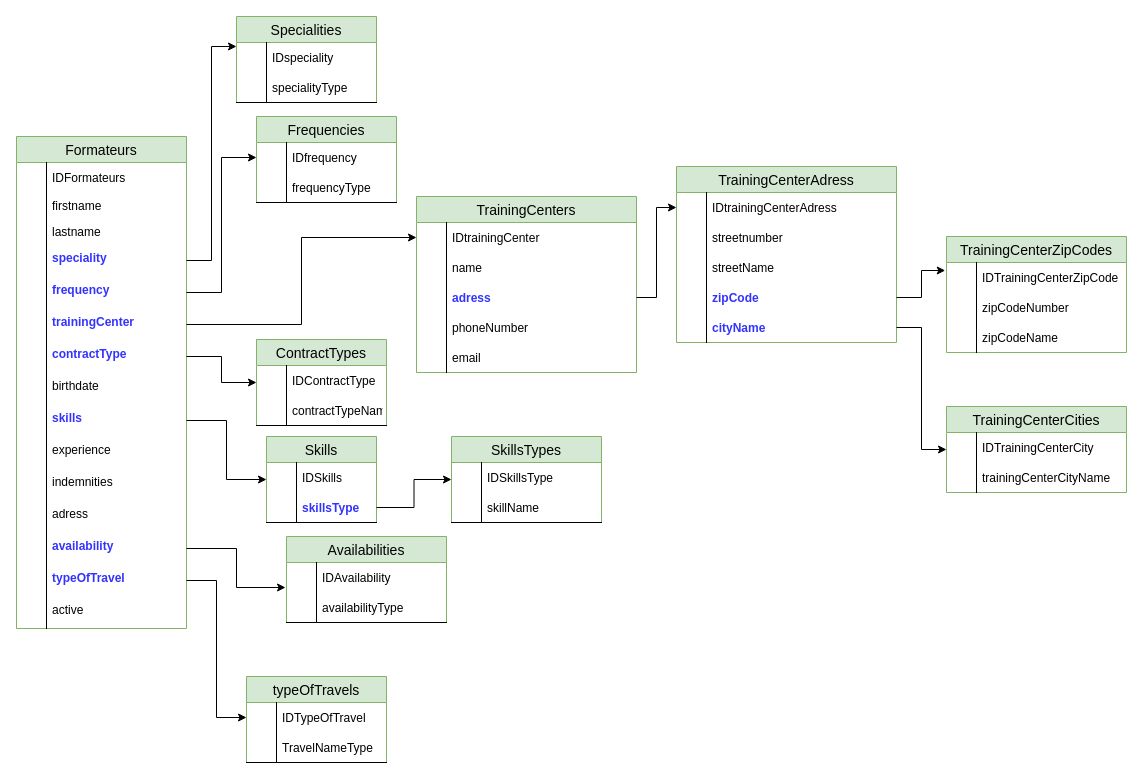
This is page "Page-1" (1 of 2) of base_de_donnees/Introduction SQL.drawio from laurentbedu/Travail, a draw.io file, before an edit. Source tidied: cells renumbered, new cells numbered last; positions are measured from the earlier drawing's top-left corner, leaving out a move shared by most shapes. Both pictures are drawn from the tidied source at 100%, with x=0, y=0 at pixel (16, 16).
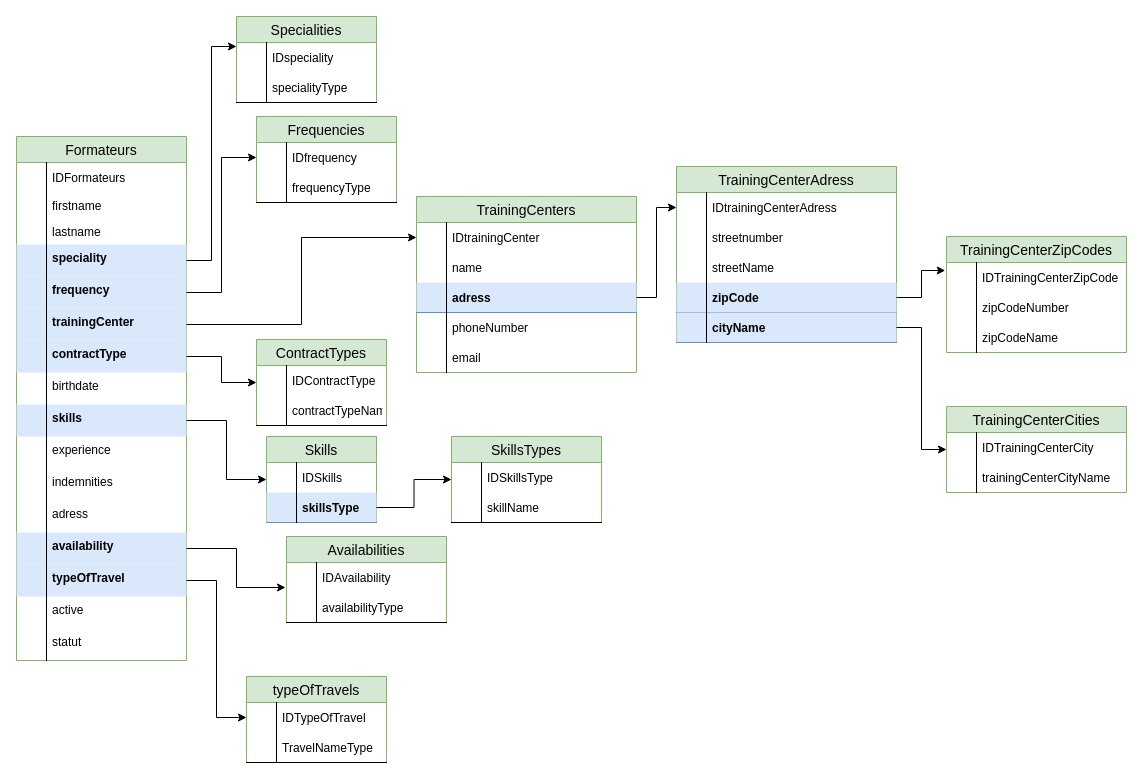
After the change.

Unchanged cells that the change refers to:
```xml
<mxCell id="33" value="TrainingCenters" style="swimlane;fontStyle=0;horizontal=1;startSize=26;fillColor=#d5e8d4;swimlaneFillColor=#ffffff;align=center;fontSize=14;strokeColor=#82b366;" parent="1" vertex="1">
  <mxGeometry x="400" y="180" width="220" height="176" as="geometry" />
</mxCell>
<mxCell id="59" value="Skills" style="swimlane;fontStyle=0;horizontal=1;startSize=26;fillColor=#d5e8d4;swimlaneFillColor=#ffffff;align=center;fontSize=14;strokeColor=#82b366;" parent="1" vertex="1">
  <mxGeometry x="250" y="420" width="110" height="86" as="geometry" />
</mxCell>
<mxCell id="79" value="TrainingCenterAdress" style="swimlane;fontStyle=0;horizontal=1;startSize=26;fillColor=#d5e8d4;swimlaneFillColor=#ffffff;align=center;fontSize=14;strokeColor=#82b366;" parent="1" vertex="1">
  <mxGeometry x="660" y="150" width="220" height="176" as="geometry" />
</mxCell>
```

Change to the diagram source:
```diff
@@
     <mxCell id="2" value="Formateurs" style="swimlane;fontStyle=0;horizontal=1;startSize=26;fillColor=#d5e8d4;swimlaneFillColor=#ffffff;align=center;fontSize=14;strokeColor=#82b366;" parent="1" vertex="1">
-      <mxGeometry y="120" width="170" height="492" as="geometry" />
+      <mxGeometry y="120" width="170" height="524" as="geometry" />
     </mxCell>
@@
-    <mxCell id="9" value="speciality" style="shape=partialRectangle;top=0;left=0;right=0;bottom=0;align=left;verticalAlign=top;fillColor=none;spacingLeft=34;spacingRight=4;overflow=hidden;points=[[0,0.5],[1,0.5]];portConstraint=eastwest;fontSize=12;fontStyle=1;fontColor=#3333FF;" parent="2" vertex="1">
+    <mxCell id="9" value="speciality" style="shape=partialRectangle;top=0;left=0;right=0;bottom=0;align=left;verticalAlign=top;fillColor=#dae8fc;spacingLeft=34;spacingRight=4;overflow=hidden;points=[[0,0.5],[1,0.5]];portConstraint=eastwest;fontSize=12;fontStyle=1;strokeColor=#6c8ebf;" parent="2" vertex="1">
       <mxGeometry y="108" width="170" height="32" as="geometry" />
     </mxCell>
@@
-    <mxCell id="11" value="frequency" style="shape=partialRectangle;top=0;left=0;right=0;bottom=0;align=left;verticalAlign=top;fillColor=none;spacingLeft=34;spacingRight=4;overflow=hidden;points=[[0,0.5],[1,0.5]];portConstraint=eastwest;fontSize=12;fontStyle=1;strokeColor=#3333FF;fontColor=#3333FF;" parent="2" vertex="1">
+    <mxCell id="11" value="frequency" style="shape=partialRectangle;top=0;left=0;right=0;bottom=0;align=left;verticalAlign=top;fillColor=#dae8fc;spacingLeft=34;spacingRight=4;overflow=hidden;points=[[0,0.5],[1,0.5]];portConstraint=eastwest;fontSize=12;fontStyle=1;strokeColor=#6c8ebf;" parent="2" vertex="1">
       <mxGeometry y="140" width="170" height="32" as="geometry" />
     </mxCell>
@@
-    <mxCell id="13" value="trainingCenter" style="shape=partialRectangle;top=0;left=0;right=0;bottom=0;align=left;verticalAlign=top;fillColor=none;spacingLeft=34;spacingRight=4;overflow=hidden;points=[[0,0.5],[1,0.5]];portConstraint=eastwest;fontSize=12;fontStyle=1;fontColor=#3333FF;" parent="2" vertex="1">
+    <mxCell id="13" value="trainingCenter" style="shape=partialRectangle;top=0;left=0;right=0;bottom=0;align=left;verticalAlign=top;fillColor=#dae8fc;spacingLeft=34;spacingRight=4;overflow=hidden;points=[[0,0.5],[1,0.5]];portConstraint=eastwest;fontSize=12;fontStyle=1;strokeColor=#6c8ebf;" parent="2" vertex="1">
       <mxGeometry y="172" width="170" height="32" as="geometry" />
     </mxCell>
@@
-    <mxCell id="15" value="contractType" style="shape=partialRectangle;top=0;left=0;right=0;bottom=0;align=left;verticalAlign=top;fillColor=none;spacingLeft=34;spacingRight=4;overflow=hidden;points=[[0,0.5],[1,0.5]];portConstraint=eastwest;fontSize=12;fontStyle=1;fontColor=#3333FF;" parent="2" vertex="1">
+    <mxCell id="15" value="contractType" style="shape=partialRectangle;top=0;left=0;right=0;bottom=0;align=left;verticalAlign=top;fillColor=#dae8fc;spacingLeft=34;spacingRight=4;overflow=hidden;points=[[0,0.5],[1,0.5]];portConstraint=eastwest;fontSize=12;fontStyle=1;strokeColor=#6c8ebf;" parent="2" vertex="1">
       <mxGeometry y="204" width="170" height="32" as="geometry" />
     </mxCell>
@@
-    <mxCell id="19" value="skills" style="shape=partialRectangle;top=0;left=0;right=0;bottom=0;align=left;verticalAlign=top;fillColor=none;spacingLeft=34;spacingRight=4;overflow=hidden;points=[[0,0.5],[1,0.5]];portConstraint=eastwest;fontSize=12;fontColor=#3333FF;fontStyle=1;" parent="2" vertex="1">
+    <mxCell id="19" value="skills" style="shape=partialRectangle;top=0;left=0;right=0;bottom=0;align=left;verticalAlign=top;fillColor=#dae8fc;spacingLeft=34;spacingRight=4;overflow=hidden;points=[[0,0.5],[1,0.5]];portConstraint=eastwest;fontSize=12;fontStyle=1;strokeColor=#6c8ebf;" parent="2" vertex="1">
       <mxGeometry y="268" width="170" height="32" as="geometry" />
     </mxCell>
@@
-    <mxCell id="27" value="availability" style="shape=partialRectangle;top=0;left=0;right=0;bottom=0;align=left;verticalAlign=top;fillColor=none;spacingLeft=34;spacingRight=4;overflow=hidden;points=[[0,0.5],[1,0.5]];portConstraint=eastwest;fontSize=12;fontColor=#3333FF;fontStyle=1;" parent="2" vertex="1">
+    <mxCell id="27" value="availability" style="shape=partialRectangle;top=0;left=0;right=0;bottom=0;align=left;verticalAlign=top;fillColor=#dae8fc;spacingLeft=34;spacingRight=4;overflow=hidden;points=[[0,0.5],[1,0.5]];portConstraint=eastwest;fontSize=12;fontStyle=1;strokeColor=#6c8ebf;" parent="2" vertex="1">
       <mxGeometry y="396" width="170" height="32" as="geometry" />
     </mxCell>
@@
-    <mxCell id="29" value="typeOfTravel" style="shape=partialRectangle;top=0;left=0;right=0;bottom=0;align=left;verticalAlign=top;fillColor=none;spacingLeft=34;spacingRight=4;overflow=hidden;points=[[0,0.5],[1,0.5]];portConstraint=eastwest;fontSize=12;fontColor=#3333FF;fontStyle=1;" parent="2" vertex="1">
+    <mxCell id="29" value="typeOfTravel" style="shape=partialRectangle;top=0;left=0;right=0;bottom=0;align=left;verticalAlign=top;fillColor=#dae8fc;spacingLeft=34;spacingRight=4;overflow=hidden;points=[[0,0.5],[1,0.5]];portConstraint=eastwest;fontSize=12;fontStyle=1;comic=0;strokeColor=#6c8ebf;" parent="2" vertex="1">
       <mxGeometry y="428" width="170" height="32" as="geometry" />
     </mxCell>
@@
+    <mxCell id="113" value="statut" style="shape=partialRectangle;top=0;left=0;right=0;bottom=0;align=left;verticalAlign=top;fillColor=none;spacingLeft=34;spacingRight=4;overflow=hidden;fontSize=12;" parent="2" vertex="1">
+      <mxGeometry y="492" width="170" height="32" as="geometry" />
+    </mxCell>
+    <mxCell id="114" style="shape=partialRectangle;top=0;left=0;bottom=0;fillColor=none;align=left;verticalAlign=top;spacingLeft=4;spacingRight=4;overflow=hidden;fontSize=12;" parent="113" vertex="1">
+      <mxGeometry width="30" height="32" as="geometry" />
+    </mxCell>
@@
-    <mxCell id="38" value="adress" style="shape=partialRectangle;top=0;left=0;right=0;bottom=1;align=left;verticalAlign=middle;fillColor=none;spacingLeft=34;spacingRight=4;overflow=hidden;points=[[0,0.5],[1,0.5]];portConstraint=eastwest;fontStyle=1;fontSize=12;strokeColor=none;fontColor=#3333FF;" parent="33" vertex="1">
+    <mxCell id="38" value="adress" style="shape=partialRectangle;top=0;left=0;right=0;bottom=1;align=left;verticalAlign=middle;fillColor=#dae8fc;spacingLeft=34;spacingRight=4;overflow=hidden;points=[[0,0.5],[1,0.5]];portConstraint=eastwest;fontStyle=1;fontSize=12;strokeColor=#6c8ebf;" parent="33" vertex="1">
       <mxGeometry y="86" width="220" height="30" as="geometry" />
     </mxCell>
@@
-    <mxCell id="62" value="skillsType" style="shape=partialRectangle;top=0;left=0;right=0;bottom=1;align=left;verticalAlign=middle;fillColor=none;spacingLeft=34;spacingRight=4;overflow=hidden;points=[[0,0.5],[1,0.5]];portConstraint=eastwest;fontStyle=1;fontSize=12;fontColor=#3333FF;" parent="59" vertex="1">
+    <mxCell id="62" value="skillsType" style="shape=partialRectangle;top=0;left=0;right=0;bottom=1;align=left;verticalAlign=middle;fillColor=#dae8fc;spacingLeft=34;spacingRight=4;overflow=hidden;points=[[0,0.5],[1,0.5]];portConstraint=eastwest;fontStyle=1;fontSize=12;strokeColor=#6c8ebf;" parent="59" vertex="1">
       <mxGeometry y="56" width="110" height="30" as="geometry" />
     </mxCell>
@@
-    <mxCell id="86" value="zipCode" style="shape=partialRectangle;top=0;left=0;right=0;bottom=1;align=left;verticalAlign=middle;fillColor=none;spacingLeft=34;spacingRight=4;overflow=hidden;points=[[0,0.5],[1,0.5]];portConstraint=eastwest;fontStyle=1;fontSize=12;strokeColor=none;fontColor=#3333FF;" parent="79" vertex="1">
+    <mxCell id="86" value="zipCode" style="shape=partialRectangle;top=0;left=0;right=0;bottom=1;align=left;verticalAlign=middle;fillColor=#dae8fc;spacingLeft=34;spacingRight=4;overflow=hidden;points=[[0,0.5],[1,0.5]];portConstraint=eastwest;fontStyle=1;fontSize=12;strokeColor=#6c8ebf;" parent="79" vertex="1">
       <mxGeometry y="116" width="220" height="30" as="geometry" />
     </mxCell>
@@
-    <mxCell id="88" value="cityName" style="shape=partialRectangle;top=0;left=0;right=0;bottom=1;align=left;verticalAlign=middle;fillColor=none;spacingLeft=34;spacingRight=4;overflow=hidden;points=[[0,0.5],[1,0.5]];portConstraint=eastwest;fontStyle=1;fontSize=12;strokeColor=none;fontColor=#3333FF;" parent="79" vertex="1">
+    <mxCell id="88" value="cityName" style="shape=partialRectangle;top=0;left=0;right=0;bottom=1;align=left;verticalAlign=middle;fillColor=#dae8fc;spacingLeft=34;spacingRight=4;overflow=hidden;points=[[0,0.5],[1,0.5]];portConstraint=eastwest;fontStyle=1;fontSize=12;strokeColor=#6c8ebf;" parent="79" vertex="1">
       <mxGeometry y="146" width="220" height="30" as="geometry" />
     </mxCell>
```
